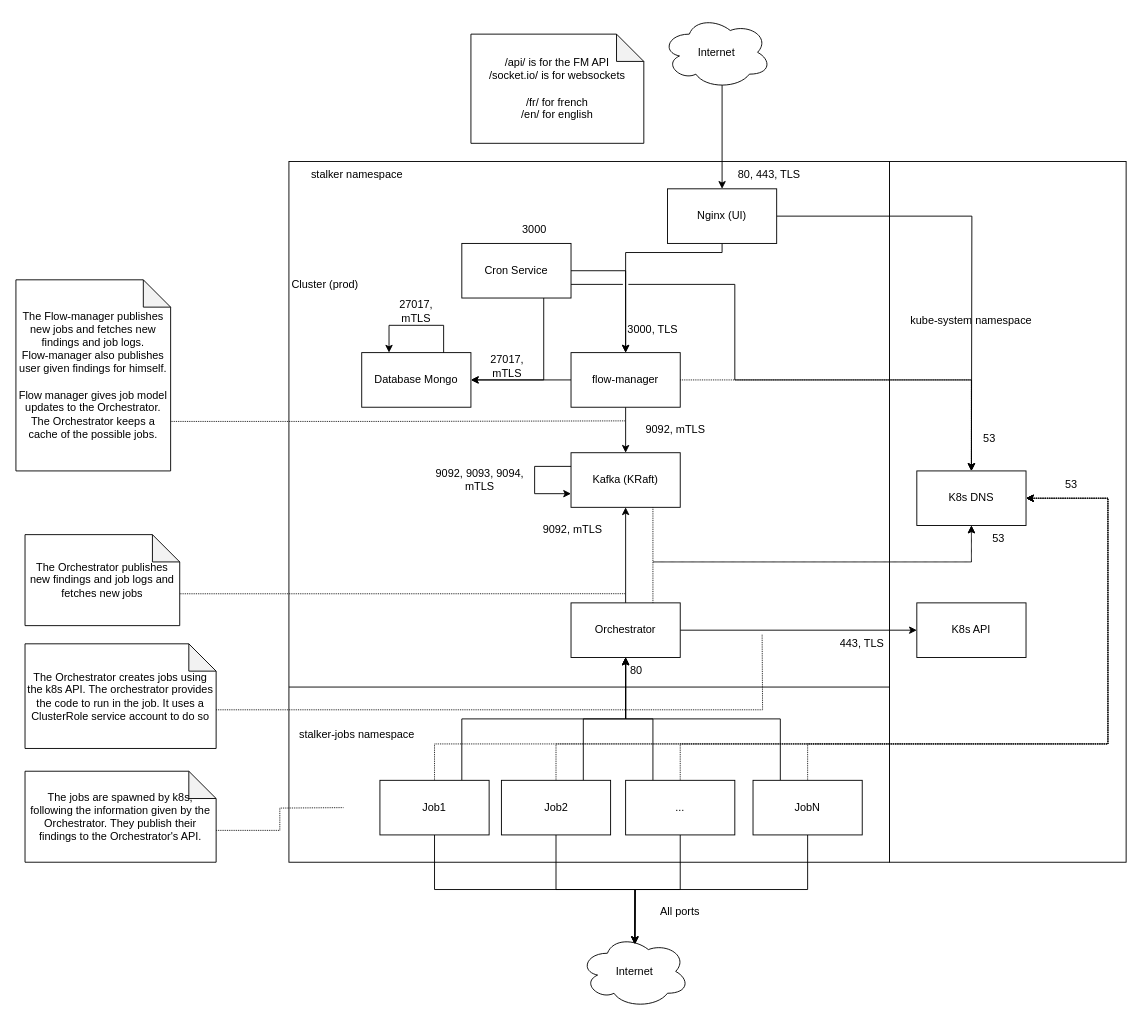
Earlier version of the draw.io diagram docs/static/img/prod_network_architecture.drawio.xml (red-kite-solutions/stalker). Source tidied: cells renumbered, new cells numbered last; positions are measured from the earlier drawing's top-left corner, leaving out a move shared by most shapes. Both pictures are drawn from the tidied source at 91%, with x=0, y=0 at pixel (15, 15).
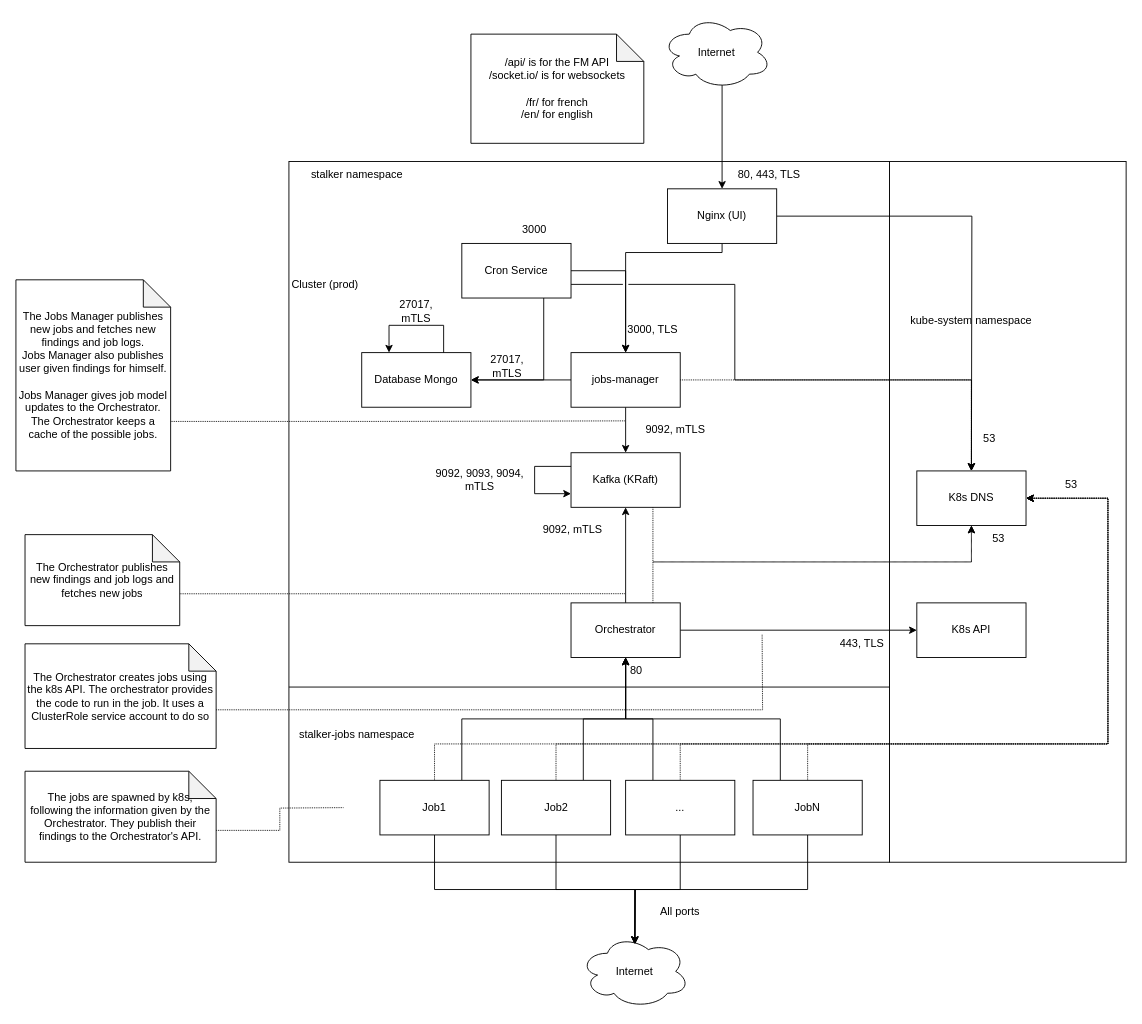
Above is the later version.

What changed in the source:
```diff
@@
-    <mxCell id="8" value="flow-manager" style="rounded=0;whiteSpace=wrap;html=1;" parent="1" vertex="1">
+    <mxCell id="8" value="jobs-manager" style="rounded=0;whiteSpace=wrap;html=1;" parent="1" vertex="1">
       <mxGeometry x="610" y="370" width="120" height="60" as="geometry" />
     </mxCell>
@@
-    <mxCell id="53" value="The Flow-manager publishes new jobs and fetches new findings and job logs.&lt;br&gt;Flow-manager also publishes user given findings for himself.&lt;br&gt;&lt;br&gt;Flow manager gives job model updates to the Orchestrator. The Orchestrator keeps a cache of the possible jobs." style="shape=note;whiteSpace=wrap;html=1;backgroundOutline=1;darkOpacity=0.05;" parent="1" vertex="1">
+    <mxCell id="53" value="The Jobs Manager publishes new jobs and fetches new findings and job logs.&lt;br&gt;Jobs Manager also publishes user given findings for himself.&lt;br&gt;&lt;br&gt;Jobs Manager gives job model updates to the Orchestrator. The Orchestrator keeps a cache of the possible jobs." style="shape=note;whiteSpace=wrap;html=1;backgroundOutline=1;darkOpacity=0.05;" parent="1" vertex="1">
       <mxGeometry y="290" width="170" height="210" as="geometry" />
     </mxCell>
```
